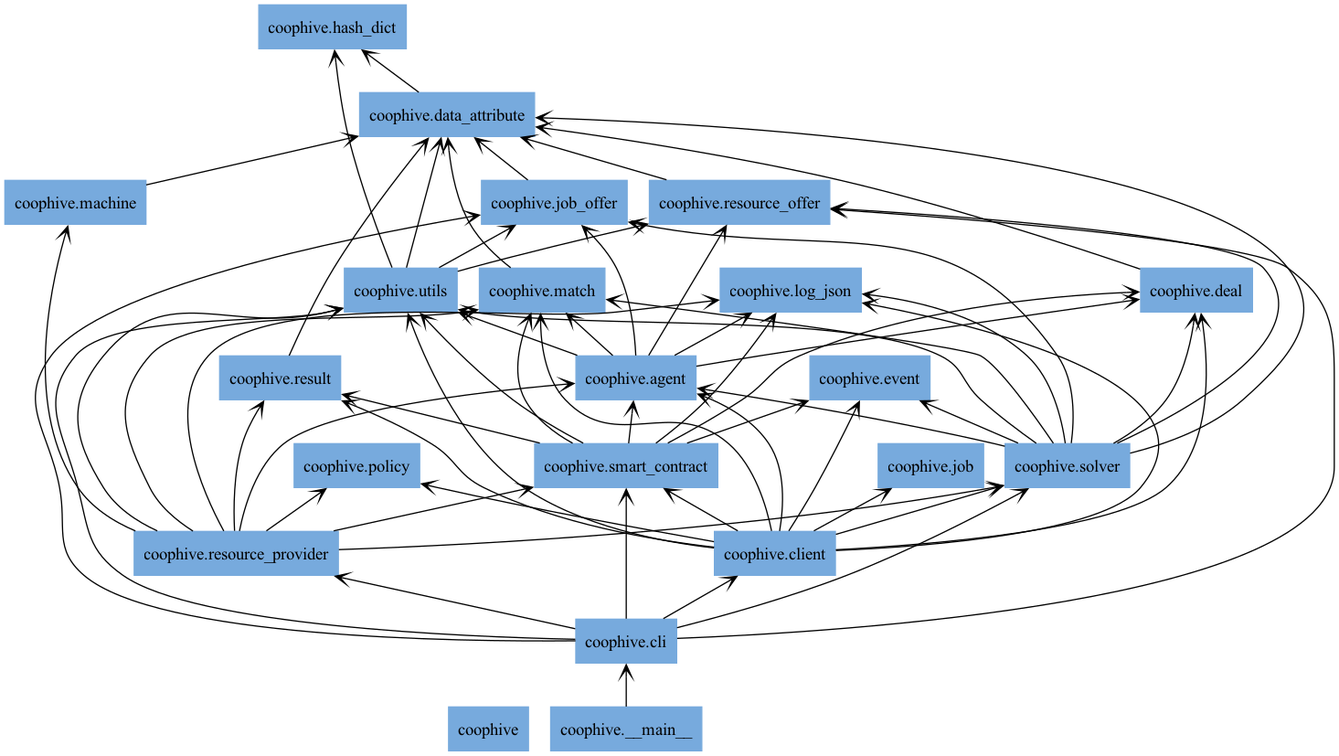
Earlier version of the Graphviz export docs/img/packages_coophive.png (CoopHive/Apiary). Its source is kept beside it as docs/img/packages_coophive.dot.
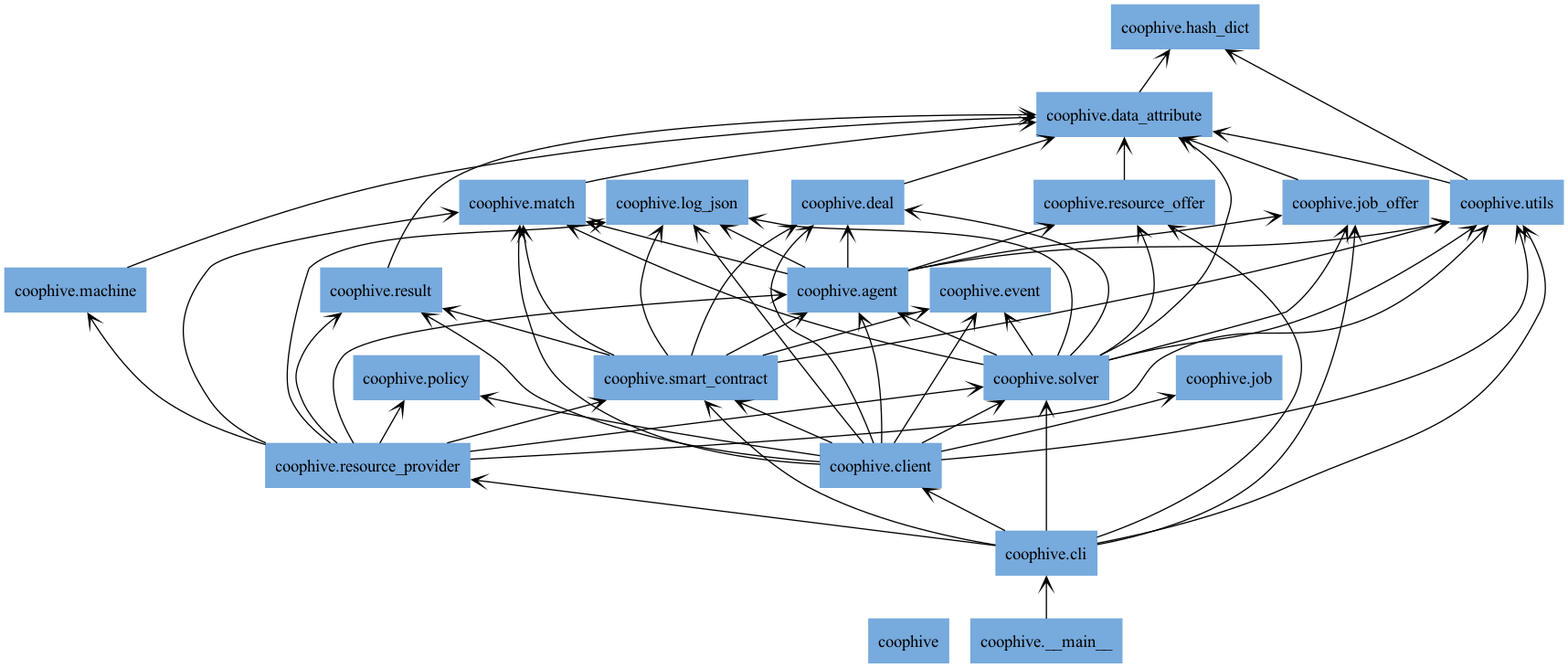
After the commit.

Commit message:
chore: remove legacy-related utils

Change to the diagram source:
```diff
@@ -81,6 +81,4 @@
 "coophive.solver" -> "coophive.utils" [arrowhead="open", arrowtail="none"];
 "coophive.utils" -> "coophive.data_attribute" [arrowhead="open", arrowtail="none"];
 "coophive.utils" -> "coophive.hash_dict" [arrowhead="open", arrowtail="none"];
-"coophive.utils" -> "coophive.job_offer" [arrowhead="open", arrowtail="none"];
-"coophive.utils" -> "coophive.resource_offer" [arrowhead="open", arrowtail="none"];
 }
```
